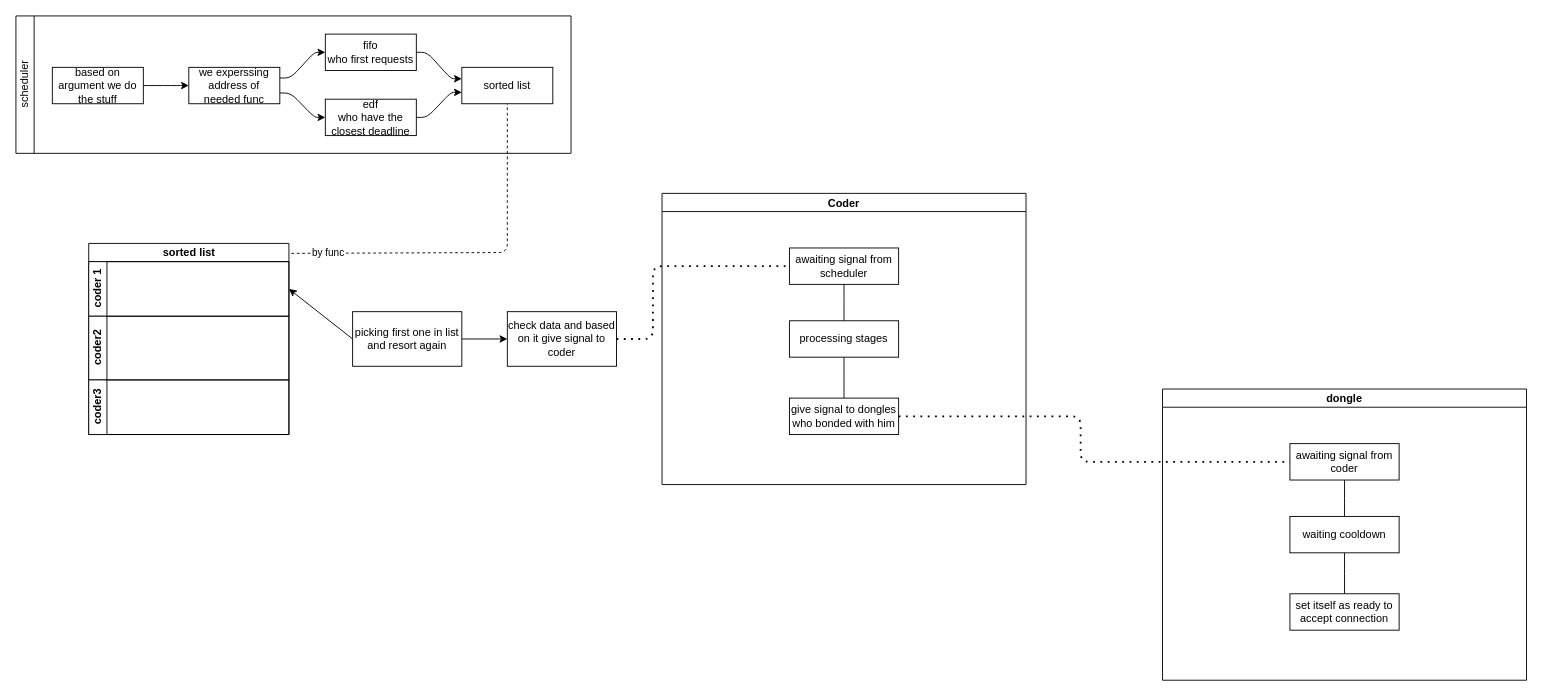
Before: Codexion/scratch.drawio in Oleg-Biriukov/codam, a draw.io diagram. Source tidied: cells renumbered, new cells numbered last; positions are measured from the earlier drawing's top-left corner, leaving out a move shared by most shapes. Both pictures are drawn from the tidied source at 91%, with x=0, y=0 at pixel (15, 15).
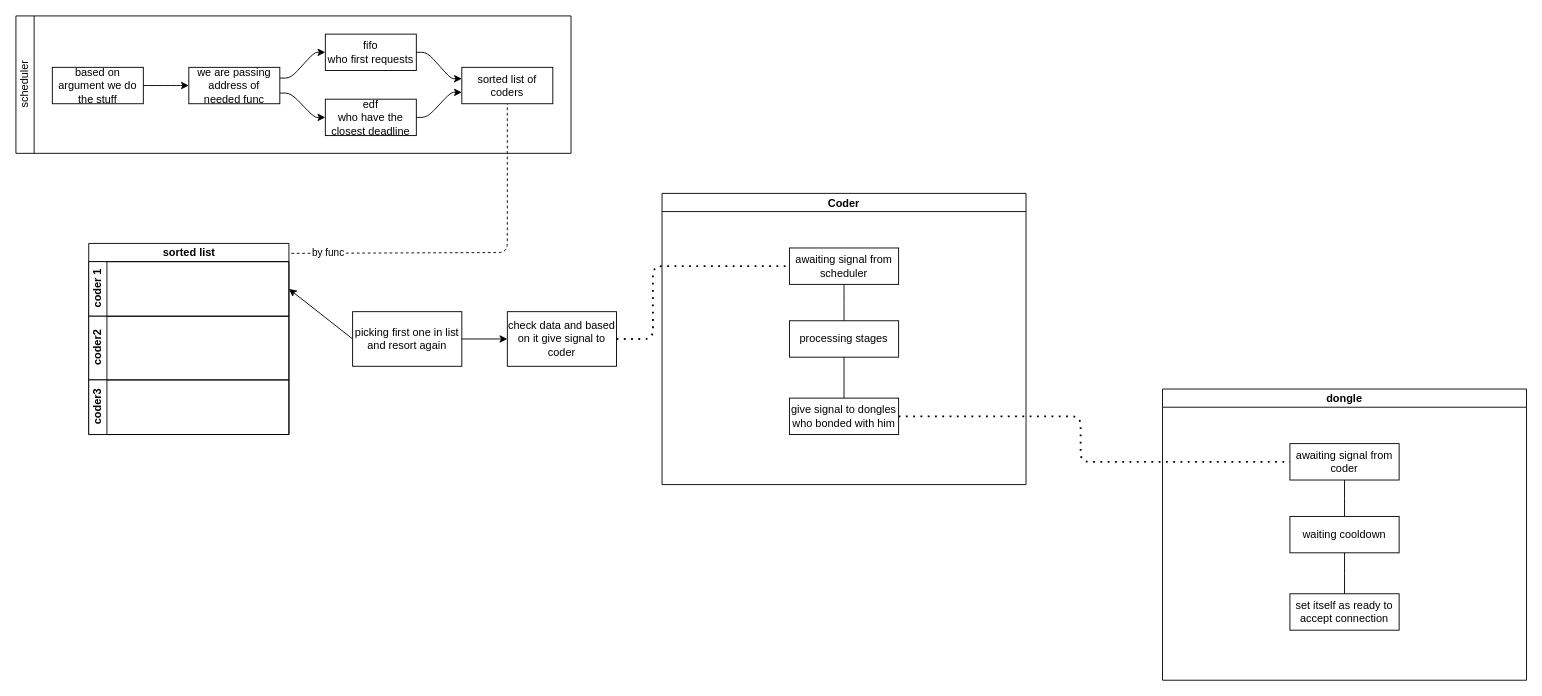
After the change.

Unchanged cells that the change refers to:
```xml
<mxCell id="11" value="&lt;span style=&quot;color: rgb(0, 0, 0); font-weight: 400; white-space: normal;&quot;&gt;scheduler&lt;/span&gt;" style="swimlane;html=1;startSize=20;horizontal=0;flowOrientation=west;interRankCellSpacing=50;containerType=tree;fontSize=12;" parent="1" vertex="1">
  <mxGeometry width="610" height="151" as="geometry" />
</mxCell>
<mxCell id="13" value="fifo&lt;br&gt;who first requests" style="whiteSpace=wrap;html=1;" parent="11" vertex="1">
  <mxGeometry x="340" y="20" width="100" height="40" as="geometry" />
</mxCell>
<mxCell id="15" value="edf&lt;br&gt;who have the closest deadline" style="whiteSpace=wrap;html=1;" parent="11" vertex="1">
  <mxGeometry x="340" y="91.5" width="100" height="40" as="geometry" />
</mxCell>
```

Change to the diagram source:
```diff
@@
-    <mxCell id="12" value="we experssing&lt;br&gt;address of needed func" style="whiteSpace=wrap;html=1;" parent="11" vertex="1">
+    <mxCell id="12" value="we are passing&lt;br&gt;address of needed func" style="whiteSpace=wrap;html=1;" parent="11" vertex="1">
       <mxGeometry x="190" y="56.5" width="100" height="40" as="geometry" />
     </mxCell>
@@
     <mxCell id="14" style="html=1;rounded=1;curved=0;sourcePerimeterSpacing=0;targetPerimeterSpacing=0;startSize=6;endSize=6;noEdgeStyle=1;orthogonal=1;" parent="11" edge="1" source="12" target="13">
       <mxGeometry relative="1" as="geometry">
         <Array as="points">
-          <mxPoint x="302" y="68.2" />
+          <mxPoint x="302" y="68.3" />
           <mxPoint x="328" y="40" />
         </Array>
       </mxGeometry>
     </mxCell>
@@
     <mxCell id="16" style="html=1;rounded=1;curved=0;sourcePerimeterSpacing=0;targetPerimeterSpacing=0;startSize=6;endSize=6;noEdgeStyle=1;orthogonal=1;" parent="11" edge="1" source="12" target="15">
       <mxGeometry relative="1" as="geometry">
         <Array as="points">
-          <mxPoint x="302" y="84.7" />
+          <mxPoint x="302" y="84.8" />
           <mxPoint x="328" y="111.5" />
         </Array>
       </mxGeometry>
     </mxCell>
-    <mxCell id="17" value="sorted list" style="whiteSpace=wrap;html=1;" parent="11" vertex="1">
+    <mxCell id="17" value="sorted list of coders" style="whiteSpace=wrap;html=1;" parent="11" vertex="1">
       <mxGeometry x="490" y="56.5" width="100" height="40" as="geometry" />
     </mxCell>
```
